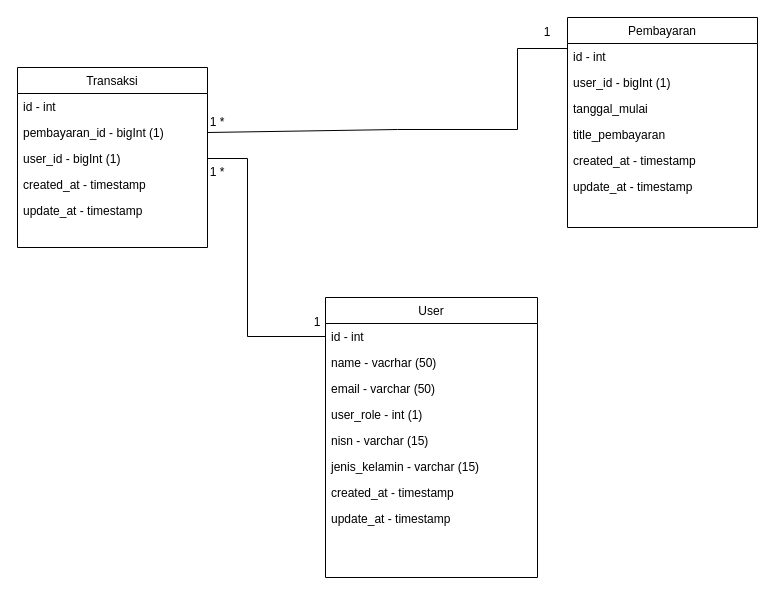
Above: Untitled Diagram.drawio in danangsptro/SI_PEMBAYARAN (draw.io), before the change. Source tidied: cells renumbered, new cells numbered last; positions are measured from the earlier drawing's top-left corner, leaving out a move shared by most shapes. Both pictures are drawn from the tidied source at 100%, with x=0, y=0 at pixel (17, 17).
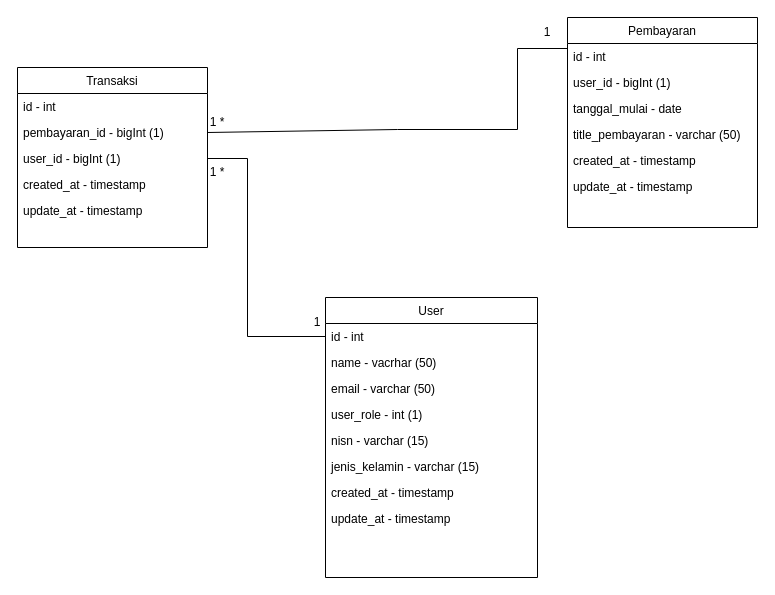
The same diagram, later.

Unchanged cells that the change refers to:
```xml
<mxCell id="17" value="Pembayaran" style="swimlane;fontStyle=0;align=center;verticalAlign=top;horizontal=1;startSize=26;rounded=0;shadow=0;strokeWidth=1;" parent="1" vertex="1">
  <mxGeometry x="550" width="190" height="210" as="geometry" />
</mxCell>
```

What changed in the source:
```diff
@@
-    <mxCell id="20" value="tanggal_mulai" style="text;align=left;verticalAlign=top;spacingLeft=4;spacingRight=4;overflow=hidden;rounded=0;shadow=0;html=0;" parent="17" vertex="1">
+    <mxCell id="20" value="tanggal_mulai - date" style="text;align=left;verticalAlign=top;spacingLeft=4;spacingRight=4;overflow=hidden;rounded=0;shadow=0;html=0;" parent="17" vertex="1">
       <mxGeometry y="78" width="190" height="26" as="geometry" />
     </mxCell>
-    <mxCell id="21" value="title_pembayaran" style="text;align=left;verticalAlign=top;spacingLeft=4;spacingRight=4;overflow=hidden;rounded=0;shadow=0;html=0;" parent="17" vertex="1">
+    <mxCell id="21" value="title_pembayaran - varchar (50)" style="text;align=left;verticalAlign=top;spacingLeft=4;spacingRight=4;overflow=hidden;rounded=0;shadow=0;html=0;" parent="17" vertex="1">
       <mxGeometry y="104" width="190" height="26" as="geometry" />
     </mxCell>
```
